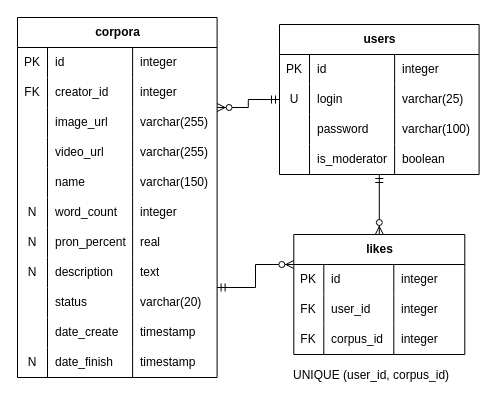
Earlier version of the draw.io diagram docs/lab3/er.drawio (MrDuckVC/rip-attributor-backend-BMSTU). Source tidied: cells renumbered, new cells numbered last; positions are measured from the earlier drawing's top-left corner, leaving out a move shared by most shapes. Both pictures are drawn from the tidied source at 100%, with x=0, y=0 at pixel (17, 17).
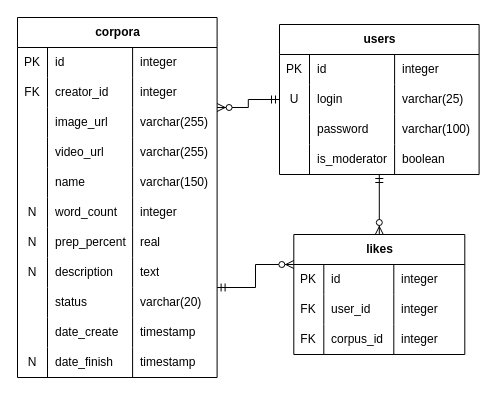
After the change.

Unchanged cells that the change refers to:
```xml
<mxCell id="58" style="shape=tableRow;horizontal=0;startSize=0;swimlaneHead=0;swimlaneBody=0;fillColor=none;top=0;left=0;right=0;bottom=0;" parent="33" vertex="1">
  <mxGeometry y="210" width="199.6" height="30" as="geometry" />
</mxCell>
```

Change to the diagram source:
```diff
@@
-    <mxCell id="2" value="&lt;font style=&quot;font-size: 12px; line-height: 100%;&quot;&gt;UNIQUE (user_id, corpus_id)&lt;/font&gt;" style="text;html=1;whiteSpace=wrap;align=left;verticalAlign=top;spacing=0;fontFamily=Helvetica;fontColor=#000000;fontSize=21;fontStyle=0;" parent="1" vertex="1">
-      <mxGeometry x="276.3" y="337" width="165" height="38" as="geometry" />
-    </mxCell>
@@
-    <mxCell id="60" value="pron_percent" style="shape=partialRectangle;fillColor=none;top=0;left=0;bottom=0;right=0;align=left;spacingLeft=6;overflow=hidden;whiteSpace=wrap;html=1;" parent="58" vertex="1">
+    <mxCell id="60" value="prep_percent" style="shape=partialRectangle;fillColor=none;top=0;left=0;bottom=0;right=0;align=left;spacingLeft=6;overflow=hidden;whiteSpace=wrap;html=1;" parent="58" vertex="1">
       <mxGeometry x="30" width="85.1" height="30" as="geometry" />
     </mxCell>
```
